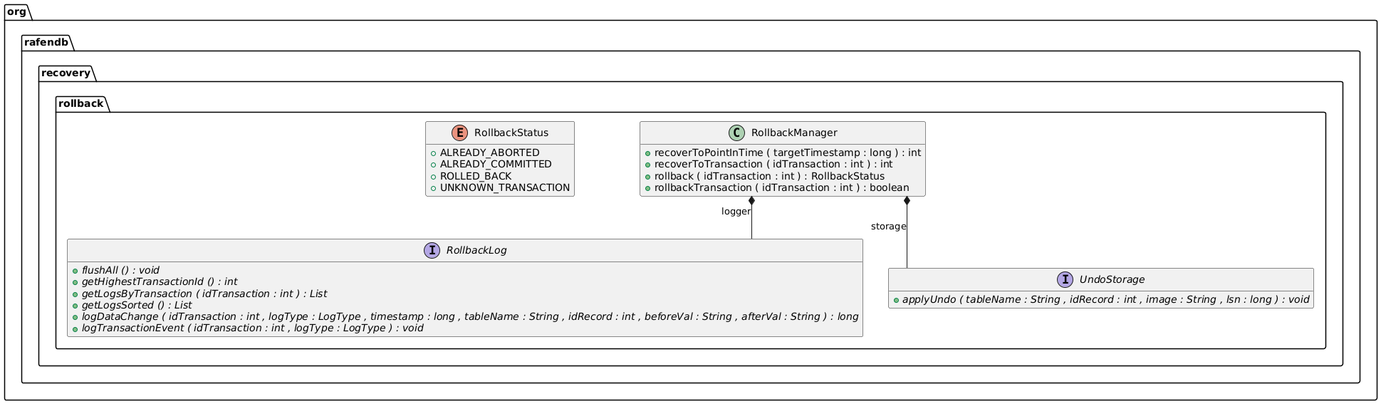
This is docs/generated/recovery/recovery-rollback.png from m-akma1/rafendb, a PlantUML export, as it was before one commit. Its source is kept beside it as docs/generated/recovery/recovery-rollback.puml.
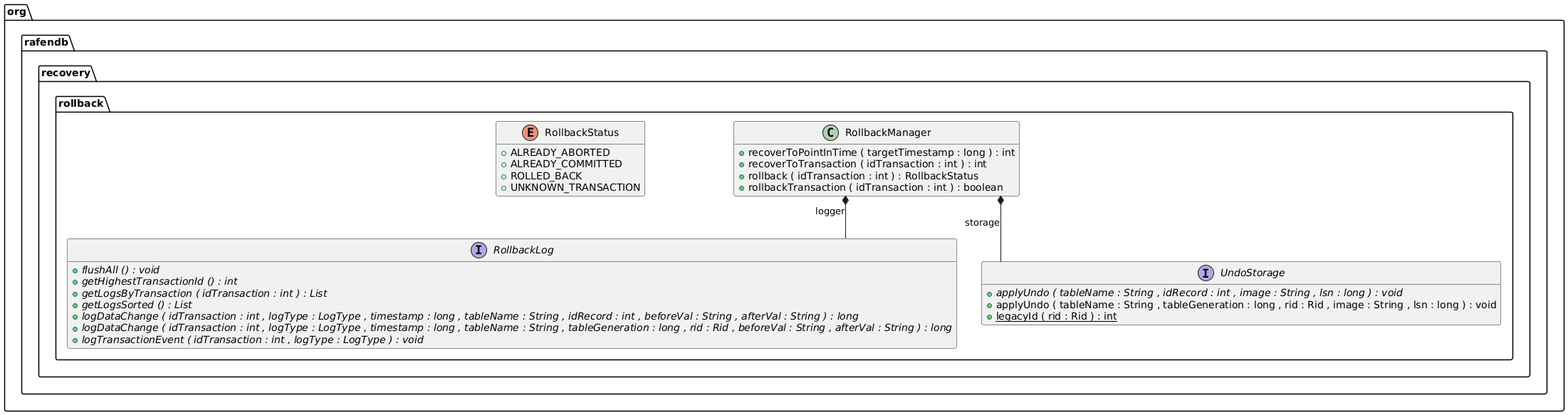
After the change.

Change to the diagram source:
```diff
@@ -11,6 +11,7 @@
 	{method}  {abstract} +getLogsByTransaction ( idTransaction : int ) : List
 	{method}  {abstract} +getLogsSorted () : List
 	{method}  {abstract} +logDataChange ( idTransaction : int , logType : LogType , timestamp : long , tableName : String , idRecord : int , beforeVal : String , afterVal : String ) : long
+	{method}  {abstract} +logDataChange ( idTransaction : int , logType : LogType , timestamp : long , tableName : String , tableGeneration : long , rid : Rid , beforeVal : String , afterVal : String ) : long
 	{method}  {abstract} +logTransactionEvent ( idTransaction : int , logType : LogType ) : void
 }
 
@@ -33,6 +34,8 @@
 
 interface org.rafendb.recovery.rollback.UndoStorage {
 	{method}  {abstract} +applyUndo ( tableName : String , idRecord : int , image : String , lsn : long ) : void
+	{method} +applyUndo ( tableName : String , tableGeneration : long , rid : Rid , image : String , lsn : long ) : void
+	{method}  {static} +legacyId ( rid : Rid ) : int
 }
 
 
```
